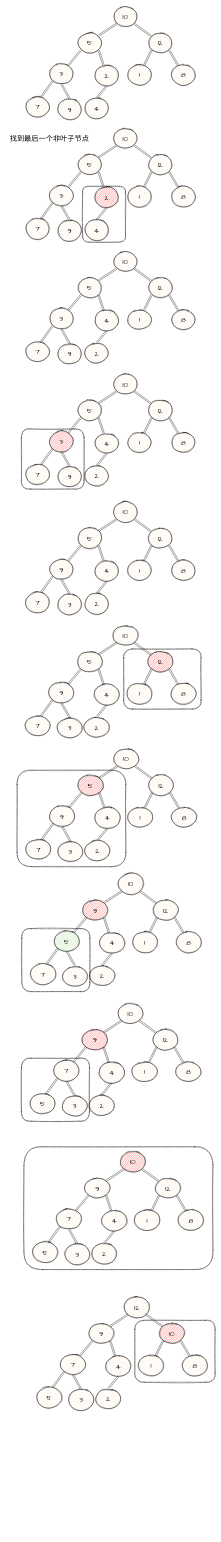
The draw.io diagram binary_tree.drawio in bingoyao/drawio, before the edit. Source tidied: cells renumbered, new cells numbered last; positions are measured from the earlier drawing's top-left corner, leaving out a move shared by most shapes. Both pictures are drawn from the tidied source at 36%, with x=0, y=0 at pixel (6, 6).
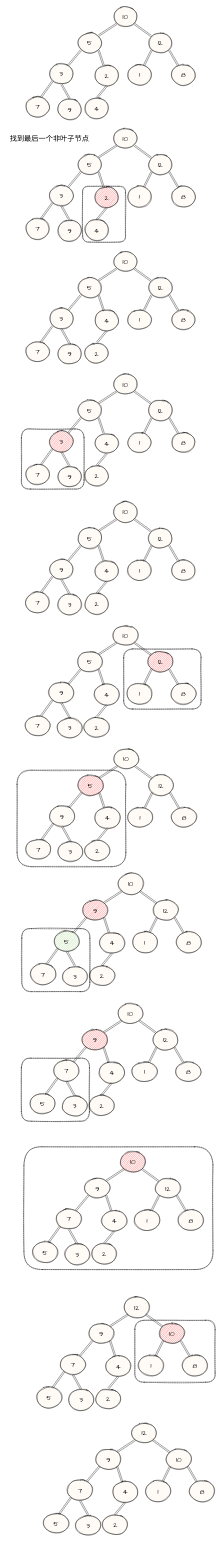
Above is the later version.

Diff of the diagram source:
```diff
@@
+    <mxCell id="220" style="rounded=0;jettySize=auto;html=1;exitX=0;exitY=1;exitDx=0;exitDy=0;entryX=1;entryY=0;entryDx=0;entryDy=0;fontFamily=Comic Sans MS;fontSize=20;shape=link;" parent="1" edge="1" source="222" target="225">
+      <mxGeometry relative="1" as="geometry" />
+    </mxCell>
+    <mxCell id="221" style="edgeStyle=none;shape=link;rounded=0;jettySize=auto;html=1;exitX=1;exitY=1;exitDx=0;exitDy=0;fontFamily=Comic Sans MS;fontSize=20;" parent="1" edge="1" source="222" target="228">
+      <mxGeometry relative="1" as="geometry" />
+    </mxCell>
+    <mxCell id="222" value="12" style="ellipse;whiteSpace=wrap;html=1;shadow=0;sketch=1;fillStyle=hachure;fontSize=20;fontFamily=Comic Sans MS;fillColor=#FFE6CC;" parent="1" vertex="1">
+      <mxGeometry x="348.5" y="3934" width="68" height="57" as="geometry" />
+    </mxCell>
+    <mxCell id="223" style="edgeStyle=none;shape=link;rounded=0;jettySize=auto;html=1;exitX=0;exitY=1;exitDx=0;exitDy=0;fontFamily=Comic Sans MS;fontSize=20;" parent="1" edge="1" source="225" target="231">
+      <mxGeometry relative="1" as="geometry" />
+    </mxCell>
+    <mxCell id="224" style="edgeStyle=none;shape=link;rounded=0;jettySize=auto;html=1;exitX=1;exitY=1;exitDx=0;exitDy=0;fontFamily=Comic Sans MS;fontSize=20;" parent="1" edge="1" source="225" target="233">
+      <mxGeometry relative="1" as="geometry" />
+    </mxCell>
+    <mxCell id="225" value="9" style="ellipse;whiteSpace=wrap;html=1;shadow=0;sketch=1;fillStyle=hachure;fontSize=20;fontFamily=Comic Sans MS;fillColor=#FFE6CC;" parent="1" vertex="1">
+      <mxGeometry x="249.5" y="4007" width="68" height="57" as="geometry" />
+    </mxCell>
+    <mxCell id="226" style="edgeStyle=none;shape=link;rounded=0;jettySize=auto;html=1;exitX=0;exitY=1;exitDx=0;exitDy=0;fontFamily=Comic Sans MS;fontSize=20;" parent="1" edge="1" source="228" target="234">
+      <mxGeometry relative="1" as="geometry" />
+    </mxCell>
+    <mxCell id="227" style="edgeStyle=none;shape=link;rounded=0;jettySize=auto;html=1;exitX=1;exitY=1;exitDx=0;exitDy=0;fontFamily=Comic Sans MS;fontSize=20;" parent="1" edge="1" source="228" target="235">
+      <mxGeometry relative="1" as="geometry" />
+    </mxCell>
+    <mxCell id="228" value="10" style="ellipse;whiteSpace=wrap;html=1;shadow=0;sketch=1;fillStyle=hachure;fontSize=20;fontFamily=Comic Sans MS;fillColor=#FFE6CC;" parent="1" vertex="1">
+      <mxGeometry x="445.5" y="4007" width="68" height="57" as="geometry" />
+    </mxCell>
+    <mxCell id="229" style="edgeStyle=none;shape=link;rounded=0;jettySize=auto;html=1;exitX=0;exitY=1;exitDx=0;exitDy=0;entryX=0.632;entryY=0.035;entryDx=0;entryDy=0;entryPerimeter=0;fontFamily=Comic Sans MS;fontSize=20;" parent="1" edge="1" source="231" target="236">
+      <mxGeometry relative="1" as="geometry" />
+    </mxCell>
+    <mxCell id="230" style="edgeStyle=none;shape=link;rounded=0;jettySize=auto;html=1;exitX=0.5;exitY=1;exitDx=0;exitDy=0;entryX=0.5;entryY=0;entryDx=0;entryDy=0;fontFamily=Comic Sans MS;fontSize=20;" parent="1" edge="1" source="231" target="237">
+      <mxGeometry relative="1" as="geometry" />
+    </mxCell>
+    <mxCell id="231" value="7" style="ellipse;whiteSpace=wrap;html=1;shadow=0;sketch=1;fillStyle=hachure;fontSize=20;fontFamily=Comic Sans MS;fillColor=#FFE6CC;" parent="1" vertex="1">
+      <mxGeometry x="170.5" y="4093" width="68" height="57" as="geometry" />
+    </mxCell>
+    <mxCell id="232" style="edgeStyle=none;shape=link;rounded=0;jettySize=auto;html=1;exitX=0.5;exitY=1;exitDx=0;exitDy=0;entryX=0.5;entryY=0;entryDx=0;entryDy=0;fontFamily=Comic Sans MS;fontSize=20;" parent="1" edge="1" source="233" target="238">
+      <mxGeometry relative="1" as="geometry" />
+    </mxCell>
+    <mxCell id="233" value="4" style="ellipse;whiteSpace=wrap;html=1;shadow=0;sketch=1;fillStyle=hachure;fillColor=#FFE6CC;fontSize=20;fontFamily=Comic Sans MS;" parent="1" vertex="1">
+      <mxGeometry x="296.5" y="4098" width="68" height="57" as="geometry" />
+    </mxCell>
+    <mxCell id="234" value="1" style="ellipse;whiteSpace=wrap;html=1;shadow=0;sketch=1;fillStyle=hachure;fillColor=#FFE6CC;fontSize=20;fontFamily=Comic Sans MS;" parent="1" vertex="1">
+      <mxGeometry x="387.5" y="4096" width="68" height="57" as="geometry" />
+    </mxCell>
+    <mxCell id="235" value="8" style="ellipse;whiteSpace=wrap;html=1;shadow=0;sketch=1;fillStyle=hachure;fillColor=#FFE6CC;fontSize=20;fontFamily=Comic Sans MS;" parent="1" vertex="1">
+      <mxGeometry x="509.5" y="4096" width="68" height="57" as="geometry" />
+    </mxCell>
+    <mxCell id="236" value="5" style="ellipse;whiteSpace=wrap;html=1;shadow=0;sketch=1;fillStyle=hachure;fillColor=#FFE6CC;fontSize=20;fontFamily=Comic Sans MS;" parent="1" vertex="1">
+      <mxGeometry x="104.5" y="4185" width="68" height="57" as="geometry" />
+    </mxCell>
+    <mxCell id="237" value="3" style="ellipse;whiteSpace=wrap;html=1;shadow=0;sketch=1;fillStyle=hachure;fillColor=#FFE6CC;fontSize=20;fontFamily=Comic Sans MS;" parent="1" vertex="1">
+      <mxGeometry x="193.5" y="4191" width="68" height="57" as="geometry" />
+    </mxCell>
+    <mxCell id="238" value="2" style="ellipse;whiteSpace=wrap;html=1;shadow=0;sketch=1;fillStyle=hachure;fillColor=#FFE6CC;fontSize=20;fontFamily=Comic Sans MS;" parent="1" vertex="1">
+      <mxGeometry x="268.5" y="4189" width="68" height="57" as="geometry" />
+    </mxCell>
```
